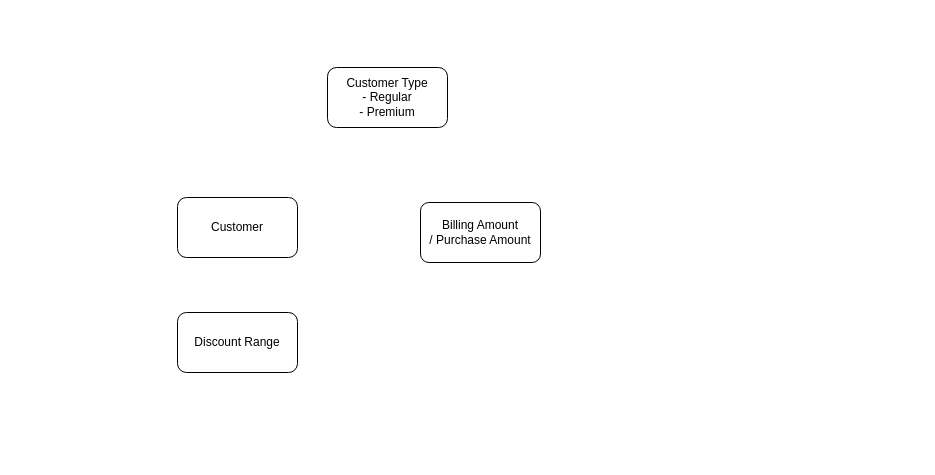
techieworkshop/coding-challenge-discount-bill keeps this draw.io diagram as Untitled Diagram.drawio. Above is the earlier version. Source tidied: cells renumbered, new cells numbered last; positions are measured from the earlier drawing's top-left corner, leaving out a move shared by most shapes. Both pictures are drawn from the tidied source at 100%, with x=0, y=0 at pixel (177, 67).
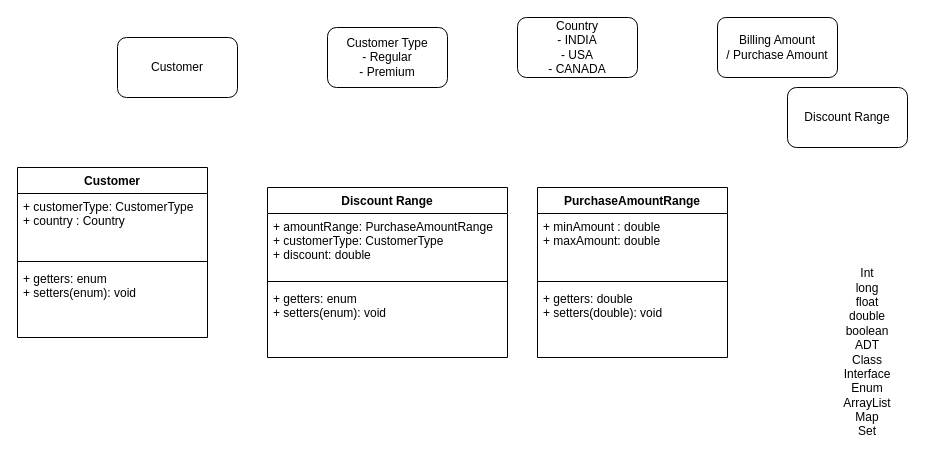
The same diagram, later.

The edit, as a diff of the source:
```diff
@@
 <mxGraphModel background="#ffffff">
   <root>
     <mxCell id="0" />
     <mxCell id="1" parent="0" />
     <mxCell id="2" value="Customer" style="rounded=1;whiteSpace=wrap;html=1;" parent="1" vertex="1">
-      <mxGeometry y="130" width="120" height="60" as="geometry" />
+      <mxGeometry x="-60" y="-30" width="120" height="60" as="geometry" />
     </mxCell>
     <mxCell id="3" value="Discount Range" style="rounded=1;whiteSpace=wrap;html=1;" parent="1" vertex="1">
-      <mxGeometry y="245" width="120" height="60" as="geometry" />
+      <mxGeometry x="610" y="20" width="120" height="60" as="geometry" />
     </mxCell>
     <mxCell id="4" value="Customer Type&lt;br&gt;- Regular&lt;br&gt;- Premium" style="rounded=1;whiteSpace=wrap;html=1;" parent="1" vertex="1">
-      <mxGeometry x="150" width="120" height="60" as="geometry" />
+      <mxGeometry x="150" y="-40" width="120" height="60" as="geometry" />
     </mxCell>
     <mxCell id="5" value="Billing Amount&lt;br&gt;/ Purchase Amount" style="rounded=1;whiteSpace=wrap;html=1;arcSize=14;" parent="1" vertex="1">
-      <mxGeometry x="243" y="135" width="120" height="60" as="geometry" />
+      <mxGeometry x="540" y="-50" width="120" height="60" as="geometry" />
     </mxCell>
+    <mxCell id="6" value="Country&lt;br&gt;- INDIA&lt;br&gt;- USA&lt;br&gt;- CANADA" style="rounded=1;whiteSpace=wrap;html=1;" parent="1" vertex="1">
+      <mxGeometry x="340" y="-50" width="120" height="60" as="geometry" />
+    </mxCell>
+    <mxCell id="7" value="Int&lt;br&gt;long&lt;br&gt;float&lt;br&gt;double&lt;br&gt;boolean&lt;br&gt;ADT&lt;br&gt;Class&lt;br&gt;Interface&lt;br&gt;Enum&lt;br&gt;ArrayList&lt;br&gt;Map&lt;br&gt;Set" style="text;html=1;strokeColor=none;fillColor=none;align=center;verticalAlign=middle;whiteSpace=wrap;rounded=0;" parent="1" vertex="1">
+      <mxGeometry x="640" y="180" width="100" height="210" as="geometry" />
+    </mxCell>
+    <mxCell id="8" value="Customer" style="swimlane;fontStyle=1;align=center;verticalAlign=top;horizontal=1;startSize=26;" parent="1" vertex="1">
+      <mxGeometry x="-160" y="100" width="190" height="170" as="geometry" />
+    </mxCell>
+    <mxCell id="9" value="+ customerType: CustomerType&#10;+ country : Country" style="text;strokeColor=none;fillColor=none;align=left;verticalAlign=top;spacingLeft=4;spacingRight=4;overflow=hidden;" parent="8" vertex="1">
+      <mxGeometry y="26" width="190" height="64" as="geometry" />
+    </mxCell>
+    <mxCell id="10" style="line;strokeWidth=1;fillColor=none;align=left;verticalAlign=middle;spacingTop=-1;spacingLeft=3;spacingRight=3;labelPosition=right;" parent="8" vertex="1">
+      <mxGeometry y="90" width="190" height="8" as="geometry" />
+    </mxCell>
+    <mxCell id="11" value="+ getters: enum&#10;+ setters(enum): void" style="text;strokeColor=none;fillColor=none;align=left;verticalAlign=top;spacingLeft=4;spacingRight=4;overflow=hidden;" parent="8" vertex="1">
+      <mxGeometry y="98" width="190" height="72" as="geometry" />
+    </mxCell>
+    <mxCell id="12" value="Discount Range" style="swimlane;fontStyle=1;align=center;verticalAlign=top;horizontal=1;startSize=26;" parent="1" vertex="1">
+      <mxGeometry x="90" y="120" width="240" height="170" as="geometry" />
+    </mxCell>
+    <mxCell id="13" value="+ amountRange: PurchaseAmountRange&#10;+ customerType: CustomerType&#10;+ discount: double" style="text;strokeColor=none;fillColor=none;align=left;verticalAlign=top;spacingLeft=4;spacingRight=4;overflow=hidden;" parent="12" vertex="1">
+      <mxGeometry y="26" width="240" height="64" as="geometry" />
+    </mxCell>
+    <mxCell id="14" style="line;strokeWidth=1;fillColor=none;align=left;verticalAlign=middle;spacingTop=-1;spacingLeft=3;spacingRight=3;labelPosition=right;" parent="12" vertex="1">
+      <mxGeometry y="90" width="240" height="8" as="geometry" />
+    </mxCell>
+    <mxCell id="15" value="+ getters: enum&#10;+ setters(enum): void" style="text;strokeColor=none;fillColor=none;align=left;verticalAlign=top;spacingLeft=4;spacingRight=4;overflow=hidden;" parent="12" vertex="1">
+      <mxGeometry y="98" width="240" height="72" as="geometry" />
+    </mxCell>
+    <mxCell id="16" value="PurchaseAmountRange" style="swimlane;fontStyle=1;align=center;verticalAlign=top;horizontal=1;startSize=26;" parent="1" vertex="1">
+      <mxGeometry x="360" y="120" width="190" height="170" as="geometry" />
+    </mxCell>
+    <mxCell id="17" value="+ minAmount : double&#10;+ maxAmount: double" style="text;strokeColor=none;fillColor=none;align=left;verticalAlign=top;spacingLeft=4;spacingRight=4;overflow=hidden;" parent="16" vertex="1">
+      <mxGeometry y="26" width="190" height="64" as="geometry" />
+    </mxCell>
+    <mxCell id="18" style="line;strokeWidth=1;fillColor=none;align=left;verticalAlign=middle;spacingTop=-1;spacingLeft=3;spacingRight=3;labelPosition=right;" parent="16" vertex="1">
+      <mxGeometry y="90" width="190" height="8" as="geometry" />
+    </mxCell>
+    <mxCell id="19" value="+ getters: double&#10;+ setters(double): void" style="text;strokeColor=none;fillColor=none;align=left;verticalAlign=top;spacingLeft=4;spacingRight=4;overflow=hidden;" parent="16" vertex="1">
+      <mxGeometry y="98" width="190" height="72" as="geometry" />
+    </mxCell>
   </root>
 </mxGraphModel>
```
